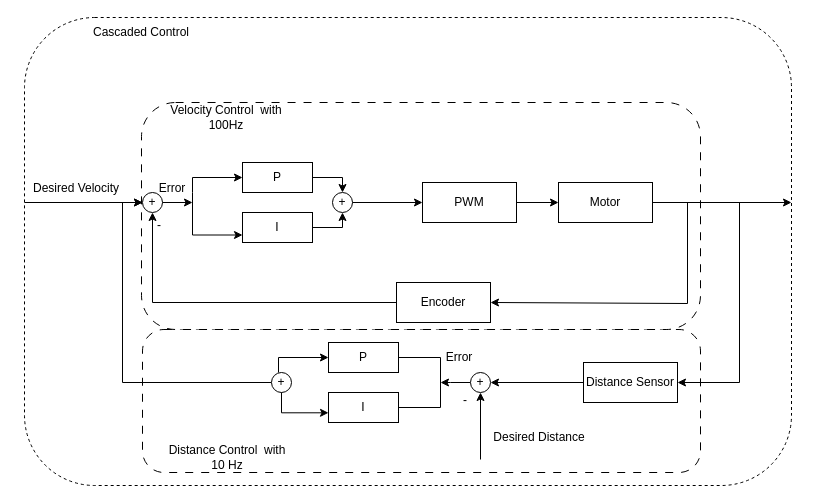
AminSeffo/Micromouse keeps this draw.io diagram as draft/controll_loop.drawio. Above is the earlier version. Source tidied: cells renumbered, new cells numbered last; positions are measured from the earlier drawing's top-left corner, leaving out a move shared by most shapes. Both pictures are drawn from the tidied source at 100%, with x=0, y=0 at pixel (24, 17).
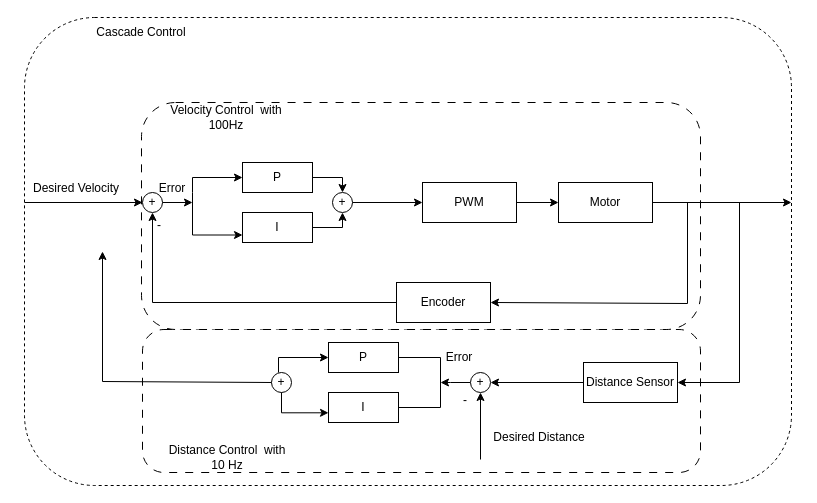
Above is the later version.

Unchanged cells that the change refers to:
```xml
<mxCell id="18" value="+" style="ellipse;whiteSpace=wrap;html=1;" parent="1" vertex="1">
  <mxGeometry x="118" y="175" width="20" height="20" as="geometry" />
</mxCell>
<mxCell id="29" value="+" style="ellipse;whiteSpace=wrap;html=1;" parent="1" vertex="1">
  <mxGeometry x="247" y="355" width="20" height="20" as="geometry" />
</mxCell>
```

The edit, as a diff of the source:
```diff
@@
-    <mxCell id="28" style="edgeStyle=orthogonalEdgeStyle;rounded=0;jettySize=auto;html=1;exitX=0;exitY=0.5;exitDx=0;exitDy=0;entryX=0;entryY=0.5;entryDx=0;entryDy=0;" parent="1" edge="1" source="29" target="18">
-      <mxGeometry relative="1" as="geometry" />
-    </mxCell>
@@
-    <mxCell id="45" value="Cascaded Control" style="text;html=1;strokeColor=none;fillColor=none;align=center;verticalAlign=middle;whiteSpace=wrap;rounded=0;" parent="1" vertex="1">
+    <mxCell id="45" value="Cascade Control" style="text;html=1;strokeColor=none;fillColor=none;align=center;verticalAlign=middle;whiteSpace=wrap;rounded=0;" parent="1" vertex="1">
       <mxGeometry x="52" width="130" height="30" as="geometry" />
     </mxCell>
+    <mxCell id="46" style="endArrow=classic;html=1;rounded=0;exitX=0;exitY=0.5;exitDx=0;exitDy=0;" parent="1" edge="1" source="29">
+      <mxGeometry relative="1" as="geometry">
+        <mxPoint x="78" y="234" as="targetPoint" />
+        <Array as="points">
+          <mxPoint x="78" y="364" />
+        </Array>
+      </mxGeometry>
+    </mxCell>
```
